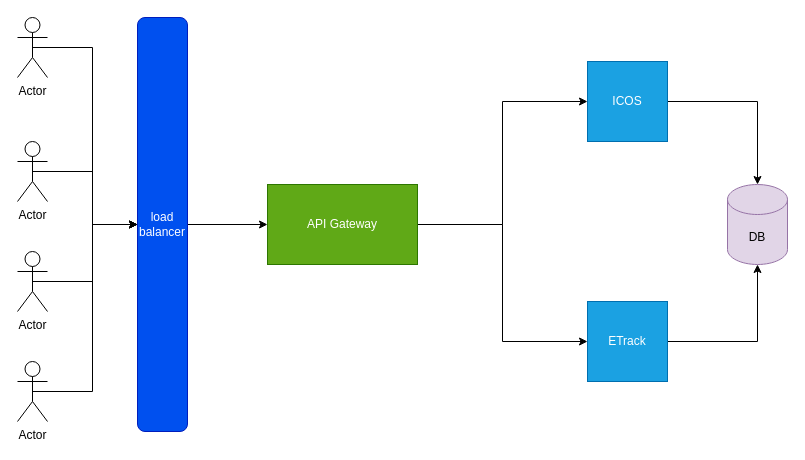
Earlier version of the draw.io diagram system.drawio (jassirwani/posta-mind-mapping). Source tidied: cells renumbered, new cells numbered last; positions are measured from the earlier drawing's top-left corner, leaving out a move shared by most shapes. Both pictures are drawn from the tidied source at 100%, with x=0, y=0 at pixel (17, 17).
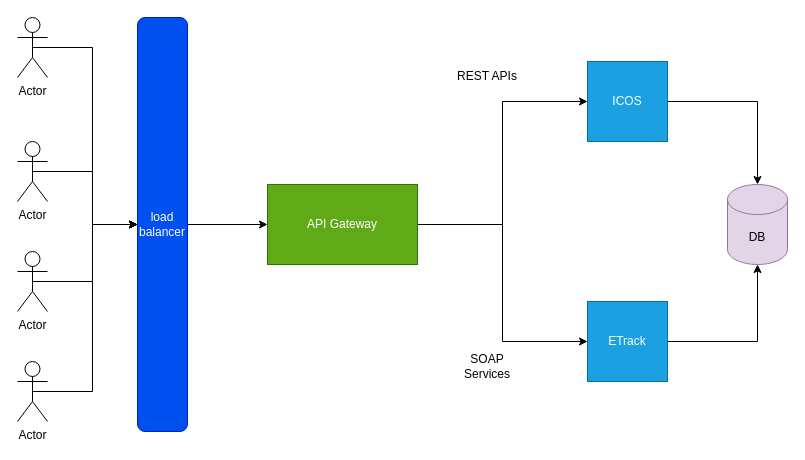
The same diagram, later.

Diff of the diagram source:
```diff
@@
+    <mxCell id="20" value="REST APIs" style="text;html=1;strokeColor=none;fillColor=none;align=center;verticalAlign=middle;whiteSpace=wrap;rounded=0;" parent="1" vertex="1">
+      <mxGeometry x="430" y="44" width="80" height="30" as="geometry" />
+    </mxCell>
+    <mxCell id="21" value="SOAP Services" style="text;html=1;strokeColor=none;fillColor=none;align=center;verticalAlign=middle;whiteSpace=wrap;rounded=0;" parent="1" vertex="1">
+      <mxGeometry x="430" y="334" width="80" height="30" as="geometry" />
+    </mxCell>
```
